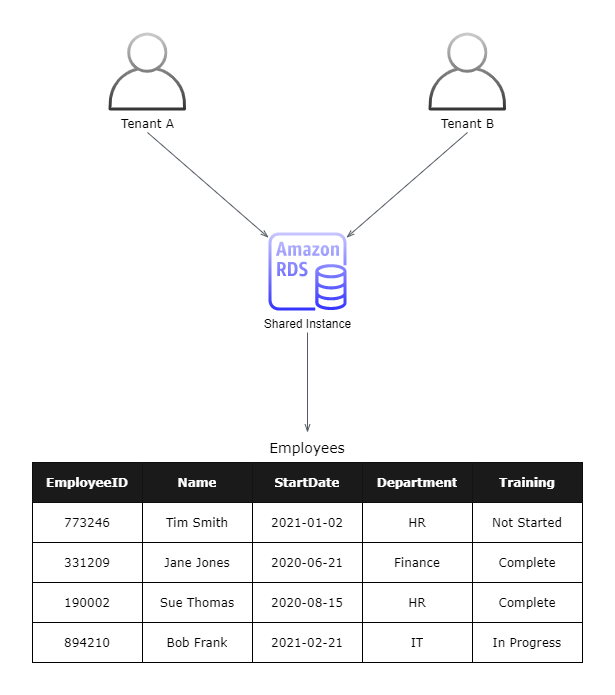
The draw.io diagram Diagrams/RDSPool.png in AJ2O/aws-whitepapers-summary, before a commit. Source tidied: cells renumbered, new cells last; positions are measured from the earlier drawing's top-left corner, leaving out a move shared by most shapes. Its diagram source:
```xml
<mxGraphModel>
  <root>
    <mxCell id="0" />
    <mxCell id="1" parent="0" />
    <mxCell id="2" value="Tenant A" style="strokeColor=#666666;dashed=0;verticalLabelPosition=bottom;verticalAlign=top;align=center;html=1;fontSize=12;fontStyle=0;shape=mxgraph.aws4.user;fontFamily=Verdana;gradientColor=#333333;fillColor=#CCCCCC;" parent="1" vertex="1">
      <mxGeometry x="76" width="78" height="78" as="geometry" />
    </mxCell>
    <mxCell id="3" value="Shared Instance" style="outlineConnect=0;fontColor=#000000;gradientColor=#3333FF;fillColor=#C9C7FF;strokeColor=#6c8ebf;dashed=0;verticalLabelPosition=bottom;verticalAlign=top;align=center;html=1;fontSize=12;fontStyle=0;shape=mxgraph.aws4.rds_instance;labelBackgroundColor=none;" parent="1" vertex="1">
      <mxGeometry x="236" y="200" width="78" height="78" as="geometry" />
    </mxCell>
    <mxCell id="4" style="shape=table;html=1;whiteSpace=wrap;startSize=0;" parent="1" vertex="1">
      <mxGeometry y="430" width="550" height="200" as="geometry" />
    </mxCell>
    <mxCell id="5" style="shape=partialRectangle;html=1;whiteSpace=wrap;fillColor=none;top=0;left=0;bottom=0;right=0;" parent="4" vertex="1">
      <mxGeometry width="550" height="40" as="geometry" />
    </mxCell>
    <mxCell id="6" value="EmployeeID" style="shape=partialRectangle;html=1;whiteSpace=wrap;overflow=hidden;top=0;left=0;bottom=0;right=0;fontColor=#FFFFFF;fontStyle=1;fontSize=12;fontFamily=Verdana;fillColor=#1A1A1A;" parent="5" vertex="1">
      <mxGeometry width="110" height="40" as="geometry" />
    </mxCell>
    <mxCell id="7" value="Name" style="shape=partialRectangle;html=1;whiteSpace=wrap;overflow=hidden;top=0;left=0;bottom=0;right=0;fontColor=#FFFFFF;fontStyle=1;fontSize=12;fontFamily=Verdana;fillColor=#1A1A1A;" parent="5" vertex="1">
      <mxGeometry x="110" width="110" height="40" as="geometry" />
    </mxCell>
    <mxCell id="8" value="StartDate" style="shape=partialRectangle;html=1;whiteSpace=wrap;overflow=hidden;top=0;left=0;bottom=0;right=0;fontColor=#FFFFFF;fontStyle=1;fontSize=12;fontFamily=Verdana;fillColor=#1A1A1A;" parent="5" vertex="1">
      <mxGeometry x="220" width="110" height="40" as="geometry" />
    </mxCell>
    <mxCell id="9" value="Department" style="shape=partialRectangle;html=1;whiteSpace=wrap;overflow=hidden;top=0;left=0;bottom=0;right=0;fontColor=#FFFFFF;fontStyle=1;fontSize=12;fontFamily=Verdana;fillColor=#1A1A1A;" parent="5" vertex="1">
      <mxGeometry x="330" width="110" height="40" as="geometry" />
    </mxCell>
    <mxCell id="10" value="Training" style="shape=partialRectangle;html=1;whiteSpace=wrap;overflow=hidden;top=0;left=0;bottom=0;right=0;fontColor=#FFFFFF;fontStyle=1;fontSize=12;fontFamily=Verdana;fillColor=#1A1A1A;" parent="5" vertex="1">
      <mxGeometry x="440" width="110" height="40" as="geometry" />
    </mxCell>
    <mxCell id="11" style="shape=partialRectangle;html=1;whiteSpace=wrap;fillColor=none;top=0;left=0;bottom=0;right=0;" parent="4" vertex="1">
      <mxGeometry y="40" width="550" height="40" as="geometry" />
    </mxCell>
    <mxCell id="12" value="773246" style="shape=partialRectangle;html=1;whiteSpace=wrap;overflow=hidden;fillColor=none;top=0;left=0;bottom=0;right=0;fontFamily=Verdana;" parent="11" vertex="1">
      <mxGeometry width="110" height="40" as="geometry" />
    </mxCell>
    <mxCell id="13" value="Tim Smith" style="shape=partialRectangle;html=1;whiteSpace=wrap;overflow=hidden;fillColor=none;top=0;left=0;bottom=0;right=0;fontFamily=Verdana;" parent="11" vertex="1">
      <mxGeometry x="110" width="110" height="40" as="geometry" />
    </mxCell>
    <mxCell id="14" value="2021-01-02" style="shape=partialRectangle;html=1;whiteSpace=wrap;overflow=hidden;fillColor=none;top=0;left=0;bottom=0;right=0;fontFamily=Verdana;" parent="11" vertex="1">
      <mxGeometry x="220" width="110" height="40" as="geometry" />
    </mxCell>
    <mxCell id="15" value="HR" style="shape=partialRectangle;html=1;whiteSpace=wrap;overflow=hidden;fillColor=none;top=0;left=0;bottom=0;right=0;fontFamily=Verdana;" parent="11" vertex="1">
      <mxGeometry x="330" width="110" height="40" as="geometry" />
    </mxCell>
    <mxCell id="16" value="Not Started" style="shape=partialRectangle;html=1;whiteSpace=wrap;overflow=hidden;fillColor=none;top=0;left=0;bottom=0;right=0;fontFamily=Verdana;" parent="11" vertex="1">
      <mxGeometry x="440" width="110" height="40" as="geometry" />
    </mxCell>
    <mxCell id="17" style="shape=partialRectangle;html=1;whiteSpace=wrap;fillColor=none;top=0;left=0;bottom=0;right=0;" parent="4" vertex="1">
      <mxGeometry y="80" width="550" height="40" as="geometry" />
    </mxCell>
    <mxCell id="18" value="331209" style="shape=partialRectangle;html=1;whiteSpace=wrap;overflow=hidden;fillColor=none;top=0;left=0;bottom=0;right=0;fontFamily=Verdana;" parent="17" vertex="1">
      <mxGeometry width="110" height="40" as="geometry" />
    </mxCell>
    <mxCell id="19" value="Jane Jones" style="shape=partialRectangle;html=1;whiteSpace=wrap;overflow=hidden;fillColor=none;top=0;left=0;bottom=0;right=0;fontFamily=Verdana;" parent="17" vertex="1">
      <mxGeometry x="110" width="110" height="40" as="geometry" />
    </mxCell>
    <mxCell id="20" value="2020-06-21" style="shape=partialRectangle;html=1;whiteSpace=wrap;overflow=hidden;fillColor=none;top=0;left=0;bottom=0;right=0;fontFamily=Verdana;" parent="17" vertex="1">
      <mxGeometry x="220" width="110" height="40" as="geometry" />
    </mxCell>
    <mxCell id="21" value="Finance" style="shape=partialRectangle;html=1;whiteSpace=wrap;overflow=hidden;fillColor=none;top=0;left=0;bottom=0;right=0;fontFamily=Verdana;" parent="17" vertex="1">
      <mxGeometry x="330" width="110" height="40" as="geometry" />
    </mxCell>
    <mxCell id="22" value="Complete" style="shape=partialRectangle;html=1;whiteSpace=wrap;overflow=hidden;fillColor=none;top=0;left=0;bottom=0;right=0;fontFamily=Verdana;" parent="17" vertex="1">
      <mxGeometry x="440" width="110" height="40" as="geometry" />
    </mxCell>
    <mxCell id="23" style="shape=partialRectangle;html=1;whiteSpace=wrap;fillColor=none;top=0;left=0;bottom=0;right=0;" parent="4" vertex="1">
      <mxGeometry y="120" width="550" height="40" as="geometry" />
    </mxCell>
    <mxCell id="24" value="190002" style="shape=partialRectangle;html=1;whiteSpace=wrap;overflow=hidden;fillColor=none;top=0;left=0;bottom=0;right=0;fontFamily=Verdana;" parent="23" vertex="1">
      <mxGeometry width="110" height="40" as="geometry" />
    </mxCell>
    <mxCell id="25" value="Sue Thomas" style="shape=partialRectangle;html=1;whiteSpace=wrap;overflow=hidden;fillColor=none;top=0;left=0;bottom=0;right=0;fontFamily=Verdana;" parent="23" vertex="1">
      <mxGeometry x="110" width="110" height="40" as="geometry" />
    </mxCell>
    <mxCell id="26" value="2020-08-15" style="shape=partialRectangle;html=1;whiteSpace=wrap;overflow=hidden;fillColor=none;top=0;left=0;bottom=0;right=0;fontFamily=Verdana;" parent="23" vertex="1">
      <mxGeometry x="220" width="110" height="40" as="geometry" />
    </mxCell>
    <mxCell id="27" value="HR" style="shape=partialRectangle;html=1;whiteSpace=wrap;overflow=hidden;fillColor=none;top=0;left=0;bottom=0;right=0;fontFamily=Verdana;" parent="23" vertex="1">
      <mxGeometry x="330" width="110" height="40" as="geometry" />
    </mxCell>
    <mxCell id="28" value="Complete" style="shape=partialRectangle;html=1;whiteSpace=wrap;overflow=hidden;fillColor=none;top=0;left=0;bottom=0;right=0;fontFamily=Verdana;" parent="23" vertex="1">
      <mxGeometry x="440" width="110" height="40" as="geometry" />
    </mxCell>
    <mxCell id="29" style="shape=partialRectangle;html=1;whiteSpace=wrap;fillColor=none;top=0;left=0;bottom=0;right=0;" parent="4" vertex="1">
      <mxGeometry y="160" width="550" height="40" as="geometry" />
    </mxCell>
    <mxCell id="30" value="894210" style="shape=partialRectangle;html=1;whiteSpace=wrap;overflow=hidden;fillColor=none;top=0;left=0;bottom=0;right=0;fontFamily=Verdana;" parent="29" vertex="1">
      <mxGeometry width="110" height="40" as="geometry" />
    </mxCell>
    <mxCell id="31" value="Bob Frank" style="shape=partialRectangle;html=1;whiteSpace=wrap;overflow=hidden;fillColor=none;top=0;left=0;bottom=0;right=0;fontFamily=Verdana;" parent="29" vertex="1">
      <mxGeometry x="110" width="110" height="40" as="geometry" />
    </mxCell>
    <mxCell id="32" value="2021-02-21" style="shape=partialRectangle;html=1;whiteSpace=wrap;overflow=hidden;fillColor=none;top=0;left=0;bottom=0;right=0;fontFamily=Verdana;" parent="29" vertex="1">
      <mxGeometry x="220" width="110" height="40" as="geometry" />
    </mxCell>
    <mxCell id="33" value="IT" style="shape=partialRectangle;html=1;whiteSpace=wrap;overflow=hidden;fillColor=none;top=0;left=0;bottom=0;right=0;fontFamily=Verdana;" parent="29" vertex="1">
      <mxGeometry x="330" width="110" height="40" as="geometry" />
    </mxCell>
    <mxCell id="34" value="In Progress" style="shape=partialRectangle;html=1;whiteSpace=wrap;overflow=hidden;fillColor=none;top=0;left=0;bottom=0;right=0;fontFamily=Verdana;" parent="29" vertex="1">
      <mxGeometry x="440" width="110" height="40" as="geometry" />
    </mxCell>
    <mxCell id="35" value="&lt;font color=&quot;#000000&quot; style=&quot;font-size: 14px&quot;&gt;Employees&lt;/font&gt;" style="text;html=1;strokeColor=none;fillColor=none;align=center;verticalAlign=middle;whiteSpace=wrap;rounded=0;labelBackgroundColor=#ffffff;fontFamily=Verdana;fontSize=14;fontColor=#FFFFFF;" parent="1" vertex="1">
      <mxGeometry x="175" y="400" width="200" height="30" as="geometry" />
    </mxCell>
    <mxCell id="36" value="Tenant B" style="strokeColor=#666666;dashed=0;verticalLabelPosition=bottom;verticalAlign=top;align=center;html=1;fontSize=12;fontStyle=0;shape=mxgraph.aws4.user;fontFamily=Verdana;fillColor=#CCCCCC;gradientColor=#333333;" parent="1" vertex="1">
      <mxGeometry x="396" width="78" height="78" as="geometry" />
    </mxCell>
    <mxCell id="37" style="html=1;endArrow=openThin;elbow=vertical;startArrow=none;endFill=0;strokeColor=#545B64;rounded=0;fontFamily=Verdana;fontSize=14;fontColor=#000000;" parent="1" edge="1" target="3">
      <mxGeometry relative="1" as="geometry">
        <mxPoint x="115" y="100" as="sourcePoint" />
      </mxGeometry>
    </mxCell>
    <mxCell id="38" style="html=1;endArrow=openThin;elbow=vertical;startArrow=none;endFill=0;strokeColor=#545B64;rounded=0;fontFamily=Verdana;fontSize=14;fontColor=#000000;" parent="1" edge="1" target="3">
      <mxGeometry relative="1" as="geometry">
        <mxPoint x="435" y="100" as="sourcePoint" />
      </mxGeometry>
    </mxCell>
    <mxCell id="39" style="edgeStyle=orthogonalEdgeStyle;html=1;endArrow=openThin;elbow=vertical;startArrow=none;endFill=0;strokeColor=#545B64;rounded=0;fontFamily=Verdana;fontSize=14;fontColor=#000000;entryX=0.5;entryY=0;entryDx=0;entryDy=0;" parent="1" edge="1" target="35">
      <mxGeometry relative="1" as="geometry">
        <mxPoint x="275" y="300" as="sourcePoint" />
      </mxGeometry>
    </mxCell>
  </root>
</mxGraphModel>
```
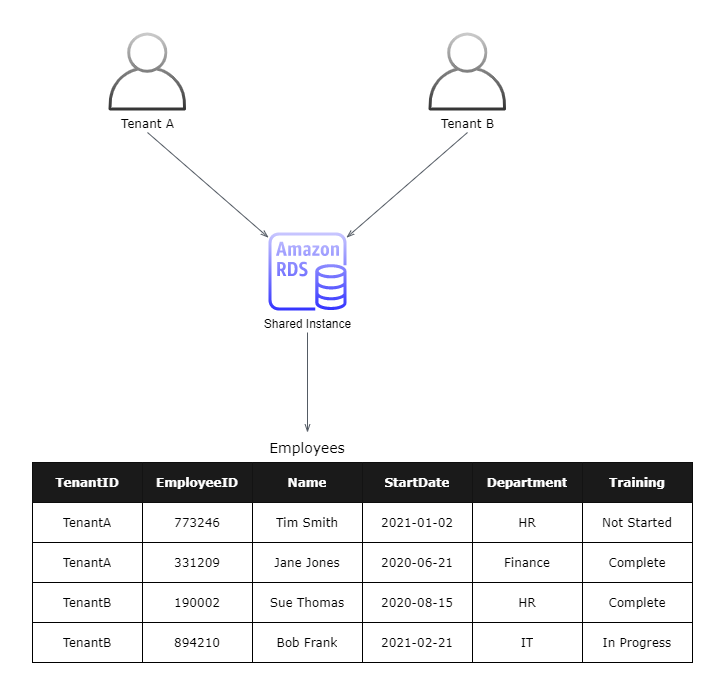
Later version of the same file.

Commit message:
fixed rdspool diagram

Diff of the diagram source:
```diff
@@ -9,97 +9,112 @@
       <mxGeometry x="236" y="200" width="78" height="78" as="geometry" />
     </mxCell>
     <mxCell id="4" style="shape=table;html=1;whiteSpace=wrap;startSize=0;" parent="1" vertex="1">
-      <mxGeometry y="430" width="550" height="200" as="geometry" />
+      <mxGeometry y="430" width="660" height="200" as="geometry" />
     </mxCell>
     <mxCell id="5" style="shape=partialRectangle;html=1;whiteSpace=wrap;fillColor=none;top=0;left=0;bottom=0;right=0;" parent="4" vertex="1">
-      <mxGeometry width="550" height="40" as="geometry" />
+      <mxGeometry width="660" height="40" as="geometry" />
     </mxCell>
+    <mxCell id="40" value="TenantID" style="shape=partialRectangle;html=1;whiteSpace=wrap;overflow=hidden;top=0;left=0;bottom=0;right=0;fontColor=#FFFFFF;fontStyle=1;fontSize=12;fontFamily=Verdana;fillColor=#1A1A1A;" parent="5" vertex="1">
+      <mxGeometry width="110" height="40" as="geometry" />
+    </mxCell>
     <mxCell id="6" value="EmployeeID" style="shape=partialRectangle;html=1;whiteSpace=wrap;overflow=hidden;top=0;left=0;bottom=0;right=0;fontColor=#FFFFFF;fontStyle=1;fontSize=12;fontFamily=Verdana;fillColor=#1A1A1A;" parent="5" vertex="1">
-      <mxGeometry width="110" height="40" as="geometry" />
+      <mxGeometry x="110" width="110" height="40" as="geometry" />
     </mxCell>
     <mxCell id="7" value="Name" style="shape=partialRectangle;html=1;whiteSpace=wrap;overflow=hidden;top=0;left=0;bottom=0;right=0;fontColor=#FFFFFF;fontStyle=1;fontSize=12;fontFamily=Verdana;fillColor=#1A1A1A;" parent="5" vertex="1">
-      <mxGeometry x="110" width="110" height="40" as="geometry" />
+      <mxGeometry x="220" width="110" height="40" as="geometry" />
     </mxCell>
     <mxCell id="8" value="StartDate" style="shape=partialRectangle;html=1;whiteSpace=wrap;overflow=hidden;top=0;left=0;bottom=0;right=0;fontColor=#FFFFFF;fontStyle=1;fontSize=12;fontFamily=Verdana;fillColor=#1A1A1A;" parent="5" vertex="1">
-      <mxGeometry x="220" width="110" height="40" as="geometry" />
+      <mxGeometry x="330" width="110" height="40" as="geometry" />
     </mxCell>
     <mxCell id="9" value="Department" style="shape=partialRectangle;html=1;whiteSpace=wrap;overflow=hidden;top=0;left=0;bottom=0;right=0;fontColor=#FFFFFF;fontStyle=1;fontSize=12;fontFamily=Verdana;fillColor=#1A1A1A;" parent="5" vertex="1">
-      <mxGeometry x="330" width="110" height="40" as="geometry" />
+      <mxGeometry x="440" width="110" height="40" as="geometry" />
     </mxCell>
     <mxCell id="10" value="Training" style="shape=partialRectangle;html=1;whiteSpace=wrap;overflow=hidden;top=0;left=0;bottom=0;right=0;fontColor=#FFFFFF;fontStyle=1;fontSize=12;fontFamily=Verdana;fillColor=#1A1A1A;" parent="5" vertex="1">
-      <mxGeometry x="440" width="110" height="40" as="geometry" />
+      <mxGeometry x="550" width="110" height="40" as="geometry" />
     </mxCell>
     <mxCell id="11" style="shape=partialRectangle;html=1;whiteSpace=wrap;fillColor=none;top=0;left=0;bottom=0;right=0;" parent="4" vertex="1">
-      <mxGeometry y="40" width="550" height="40" as="geometry" />
+      <mxGeometry y="40" width="660" height="40" as="geometry" />
     </mxCell>
+    <mxCell id="41" value="TenantA" style="shape=partialRectangle;html=1;whiteSpace=wrap;overflow=hidden;fillColor=none;top=0;left=0;bottom=0;right=0;fontFamily=Verdana;" parent="11" vertex="1">
+      <mxGeometry width="110" height="40" as="geometry" />
+    </mxCell>
     <mxCell id="12" value="773246" style="shape=partialRectangle;html=1;whiteSpace=wrap;overflow=hidden;fillColor=none;top=0;left=0;bottom=0;right=0;fontFamily=Verdana;" parent="11" vertex="1">
-      <mxGeometry width="110" height="40" as="geometry" />
+      <mxGeometry x="110" width="110" height="40" as="geometry" />
     </mxCell>
     <mxCell id="13" value="Tim Smith" style="shape=partialRectangle;html=1;whiteSpace=wrap;overflow=hidden;fillColor=none;top=0;left=0;bottom=0;right=0;fontFamily=Verdana;" parent="11" vertex="1">
-      <mxGeometry x="110" width="110" height="40" as="geometry" />
+      <mxGeometry x="220" width="110" height="40" as="geometry" />
     </mxCell>
     <mxCell id="14" value="2021-01-02" style="shape=partialRectangle;html=1;whiteSpace=wrap;overflow=hidden;fillColor=none;top=0;left=0;bottom=0;right=0;fontFamily=Verdana;" parent="11" vertex="1">
-      <mxGeometry x="220" width="110" height="40" as="geometry" />
+      <mxGeometry x="330" width="110" height="40" as="geometry" />
     </mxCell>
     <mxCell id="15" value="HR" style="shape=partialRectangle;html=1;whiteSpace=wrap;overflow=hidden;fillColor=none;top=0;left=0;bottom=0;right=0;fontFamily=Verdana;" parent="11" vertex="1">
-      <mxGeometry x="330" width="110" height="40" as="geometry" />
+      <mxGeometry x="440" width="110" height="40" as="geometry" />
     </mxCell>
     <mxCell id="16" value="Not Started" style="shape=partialRectangle;html=1;whiteSpace=wrap;overflow=hidden;fillColor=none;top=0;left=0;bottom=0;right=0;fontFamily=Verdana;" parent="11" vertex="1">
-      <mxGeometry x="440" width="110" height="40" as="geometry" />
+      <mxGeometry x="550" width="110" height="40" as="geometry" />
     </mxCell>
     <mxCell id="17" style="shape=partialRectangle;html=1;whiteSpace=wrap;fillColor=none;top=0;left=0;bottom=0;right=0;" parent="4" vertex="1">
-      <mxGeometry y="80" width="550" height="40" as="geometry" />
+      <mxGeometry y="80" width="660" height="40" as="geometry" />
     </mxCell>
+    <mxCell id="42" value="TenantA" style="shape=partialRectangle;html=1;whiteSpace=wrap;overflow=hidden;fillColor=none;top=0;left=0;bottom=0;right=0;fontFamily=Verdana;" parent="17" vertex="1">
+      <mxGeometry width="110" height="40" as="geometry" />
+    </mxCell>
     <mxCell id="18" value="331209" style="shape=partialRectangle;html=1;whiteSpace=wrap;overflow=hidden;fillColor=none;top=0;left=0;bottom=0;right=0;fontFamily=Verdana;" parent="17" vertex="1">
-      <mxGeometry width="110" height="40" as="geometry" />
+      <mxGeometry x="110" width="110" height="40" as="geometry" />
     </mxCell>
     <mxCell id="19" value="Jane Jones" style="shape=partialRectangle;html=1;whiteSpace=wrap;overflow=hidden;fillColor=none;top=0;left=0;bottom=0;right=0;fontFamily=Verdana;" parent="17" vertex="1">
-      <mxGeometry x="110" width="110" height="40" as="geometry" />
+      <mxGeometry x="220" width="110" height="40" as="geometry" />
     </mxCell>
     <mxCell id="20" value="2020-06-21" style="shape=partialRectangle;html=1;whiteSpace=wrap;overflow=hidden;fillColor=none;top=0;left=0;bottom=0;right=0;fontFamily=Verdana;" parent="17" vertex="1">
-      <mxGeometry x="220" width="110" height="40" as="geometry" />
+      <mxGeometry x="330" width="110" height="40" as="geometry" />
     </mxCell>
     <mxCell id="21" value="Finance" style="shape=partialRectangle;html=1;whiteSpace=wrap;overflow=hidden;fillColor=none;top=0;left=0;bottom=0;right=0;fontFamily=Verdana;" parent="17" vertex="1">
-      <mxGeometry x="330" width="110" height="40" as="geometry" />
+      <mxGeometry x="440" width="110" height="40" as="geometry" />
     </mxCell>
     <mxCell id="22" value="Complete" style="shape=partialRectangle;html=1;whiteSpace=wrap;overflow=hidden;fillColor=none;top=0;left=0;bottom=0;right=0;fontFamily=Verdana;" parent="17" vertex="1">
-      <mxGeometry x="440" width="110" height="40" as="geometry" />
+      <mxGeometry x="550" width="110" height="40" as="geometry" />
     </mxCell>
     <mxCell id="23" style="shape=partialRectangle;html=1;whiteSpace=wrap;fillColor=none;top=0;left=0;bottom=0;right=0;" parent="4" vertex="1">
-      <mxGeometry y="120" width="550" height="40" as="geometry" />
+      <mxGeometry y="120" width="660" height="40" as="geometry" />
     </mxCell>
+    <mxCell id="43" value="TenantB" style="shape=partialRectangle;html=1;whiteSpace=wrap;overflow=hidden;fillColor=none;top=0;left=0;bottom=0;right=0;fontFamily=Verdana;" parent="23" vertex="1">
+      <mxGeometry width="110" height="40" as="geometry" />
+    </mxCell>
     <mxCell id="24" value="190002" style="shape=partialRectangle;html=1;whiteSpace=wrap;overflow=hidden;fillColor=none;top=0;left=0;bottom=0;right=0;fontFamily=Verdana;" parent="23" vertex="1">
-      <mxGeometry width="110" height="40" as="geometry" />
+      <mxGeometry x="110" width="110" height="40" as="geometry" />
     </mxCell>
     <mxCell id="25" value="Sue Thomas" style="shape=partialRectangle;html=1;whiteSpace=wrap;overflow=hidden;fillColor=none;top=0;left=0;bottom=0;right=0;fontFamily=Verdana;" parent="23" vertex="1">
-      <mxGeometry x="110" width="110" height="40" as="geometry" />
+      <mxGeometry x="220" width="110" height="40" as="geometry" />
     </mxCell>
     <mxCell id="26" value="2020-08-15" style="shape=partialRectangle;html=1;whiteSpace=wrap;overflow=hidden;fillColor=none;top=0;left=0;bottom=0;right=0;fontFamily=Verdana;" parent="23" vertex="1">
-      <mxGeometry x="220" width="110" height="40" as="geometry" />
+      <mxGeometry x="330" width="110" height="40" as="geometry" />
     </mxCell>
     <mxCell id="27" value="HR" style="shape=partialRectangle;html=1;whiteSpace=wrap;overflow=hidden;fillColor=none;top=0;left=0;bottom=0;right=0;fontFamily=Verdana;" parent="23" vertex="1">
-      <mxGeometry x="330" width="110" height="40" as="geometry" />
+      <mxGeometry x="440" width="110" height="40" as="geometry" />
     </mxCell>
     <mxCell id="28" value="Complete" style="shape=partialRectangle;html=1;whiteSpace=wrap;overflow=hidden;fillColor=none;top=0;left=0;bottom=0;right=0;fontFamily=Verdana;" parent="23" vertex="1">
-      <mxGeometry x="440" width="110" height="40" as="geometry" />
+      <mxGeometry x="550" width="110" height="40" as="geometry" />
     </mxCell>
     <mxCell id="29" style="shape=partialRectangle;html=1;whiteSpace=wrap;fillColor=none;top=0;left=0;bottom=0;right=0;" parent="4" vertex="1">
-      <mxGeometry y="160" width="550" height="40" as="geometry" />
+      <mxGeometry y="160" width="660" height="40" as="geometry" />
     </mxCell>
+    <mxCell id="44" value="TenantB" style="shape=partialRectangle;html=1;whiteSpace=wrap;overflow=hidden;fillColor=none;top=0;left=0;bottom=0;right=0;fontFamily=Verdana;" parent="29" vertex="1">
+      <mxGeometry width="110" height="40" as="geometry" />
+    </mxCell>
     <mxCell id="30" value="894210" style="shape=partialRectangle;html=1;whiteSpace=wrap;overflow=hidden;fillColor=none;top=0;left=0;bottom=0;right=0;fontFamily=Verdana;" parent="29" vertex="1">
-      <mxGeometry width="110" height="40" as="geometry" />
+      <mxGeometry x="110" width="110" height="40" as="geometry" />
     </mxCell>
     <mxCell id="31" value="Bob Frank" style="shape=partialRectangle;html=1;whiteSpace=wrap;overflow=hidden;fillColor=none;top=0;left=0;bottom=0;right=0;fontFamily=Verdana;" parent="29" vertex="1">
-      <mxGeometry x="110" width="110" height="40" as="geometry" />
+      <mxGeometry x="220" width="110" height="40" as="geometry" />
     </mxCell>
     <mxCell id="32" value="2021-02-21" style="shape=partialRectangle;html=1;whiteSpace=wrap;overflow=hidden;fillColor=none;top=0;left=0;bottom=0;right=0;fontFamily=Verdana;" parent="29" vertex="1">
-      <mxGeometry x="220" width="110" height="40" as="geometry" />
+      <mxGeometry x="330" width="110" height="40" as="geometry" />
     </mxCell>
     <mxCell id="33" value="IT" style="shape=partialRectangle;html=1;whiteSpace=wrap;overflow=hidden;fillColor=none;top=0;left=0;bottom=0;right=0;fontFamily=Verdana;" parent="29" vertex="1">
-      <mxGeometry x="330" width="110" height="40" as="geometry" />
+      <mxGeometry x="440" width="110" height="40" as="geometry" />
     </mxCell>
     <mxCell id="34" value="In Progress" style="shape=partialRectangle;html=1;whiteSpace=wrap;overflow=hidden;fillColor=none;top=0;left=0;bottom=0;right=0;fontFamily=Verdana;" parent="29" vertex="1">
-      <mxGeometry x="440" width="110" height="40" as="geometry" />
+      <mxGeometry x="550" width="110" height="40" as="geometry" />
     </mxCell>
     <mxCell id="35" value="&lt;font color=&quot;#000000&quot; style=&quot;font-size: 14px&quot;&gt;Employees&lt;/font&gt;" style="text;html=1;strokeColor=none;fillColor=none;align=center;verticalAlign=middle;whiteSpace=wrap;rounded=0;labelBackgroundColor=#ffffff;fontFamily=Verdana;fontSize=14;fontColor=#FFFFFF;" parent="1" vertex="1">
       <mxGeometry x="175" y="400" width="200" height="30" as="geometry" />
```
